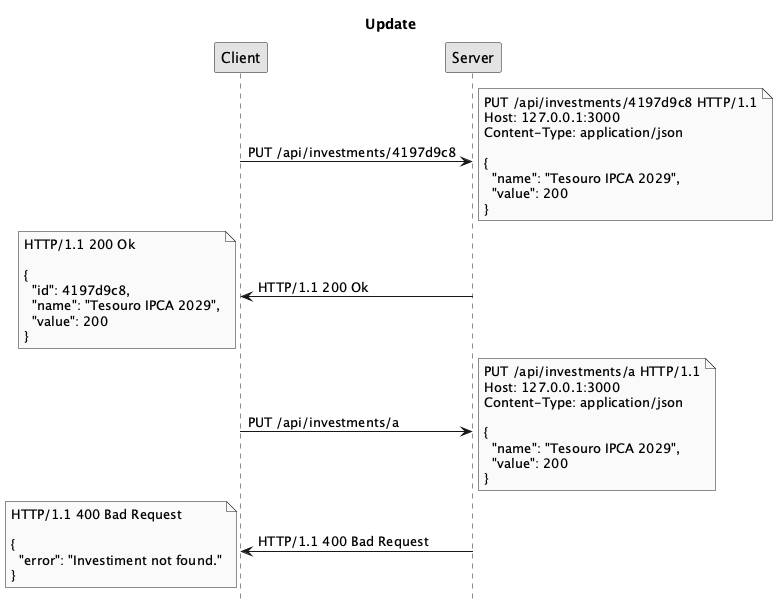
Before: public/imgs/expressjs/api/update-investment.png, a diagram exported from PlantUML (ifpb/lp2). Source of this version:
```plantuml
@startuml
title Update
hide footbox
skinparam monochrome true

Client -> Server: PUT /api/investments/4197d9c8
note right: PUT /api/investments/4197d9c8 HTTP/1.1\nHost: 127.0.0.1:3000\nContent-Type: application/json\n\n{\n  "name": "Tesouro IPCA 2029",\n  "value": 200\n}
Server -> Client: HTTP/1.1 200 Ok
note left: HTTP/1.1 200 Ok\n\n{\n  "id": 4197d9c8,\n  "name": "Tesouro IPCA 2029",\n  "value": 200\n}

Client -> Server: PUT /api/investments/a
note right: PUT /api/investments/a HTTP/1.1\nHost: 127.0.0.1:3000\nContent-Type: application/json\n\n{\n  "name": "Tesouro IPCA 2029",\n  "value": 200\n}
Server -> Client: HTTP/1.1 400 Bad Request
note left: HTTP/1.1 400 Bad Request\n\n{\n  "error": "Investiment not found."\n}
@enduml
```
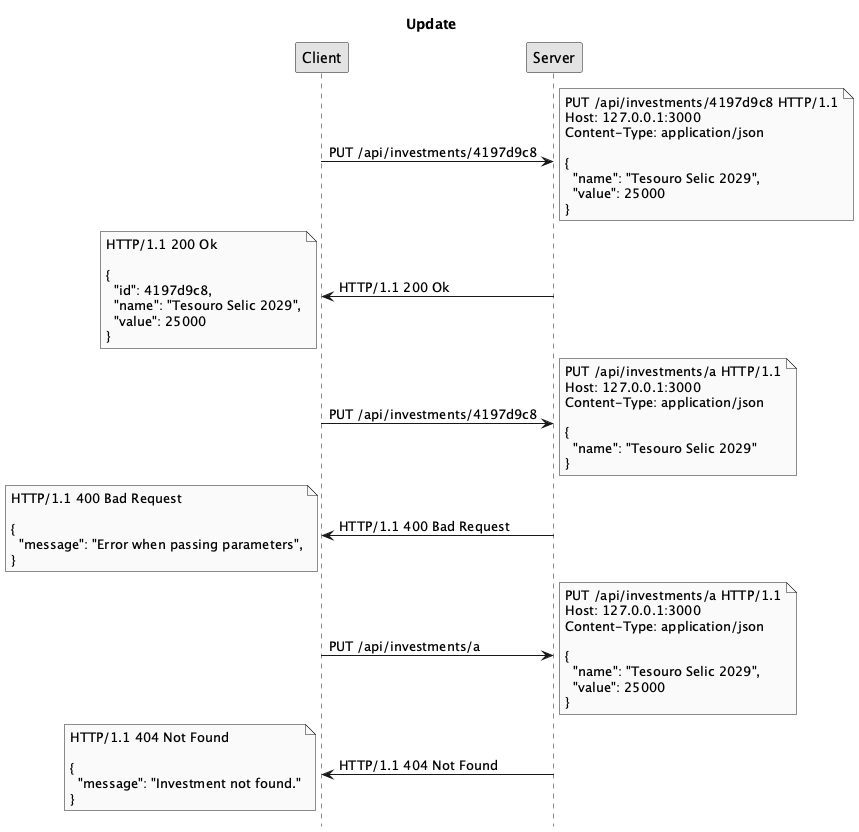
After the change.

Change to the diagram source:
```diff
@@ -4,12 +4,17 @@
 skinparam monochrome true
 
 Client -> Server: PUT /api/investments/4197d9c8
-note right: PUT /api/investments/4197d9c8 HTTP/1.1\nHost: 127.0.0.1:3000\nContent-Type: application/json\n\n{\n  "name": "Tesouro IPCA 2029",\n  "value": 200\n}
+note right: PUT /api/investments/4197d9c8 HTTP/1.1\nHost: 127.0.0.1:3000\nContent-Type: application/json\n\n{\n  "name": "Tesouro Selic 2029",\n  "value": 25000\n}
 Server -> Client: HTTP/1.1 200 Ok
-note left: HTTP/1.1 200 Ok\n\n{\n  "id": 4197d9c8,\n  "name": "Tesouro IPCA 2029",\n  "value": 200\n}
+note left: HTTP/1.1 200 Ok\n\n{\n  "id": 4197d9c8,\n  "name": "Tesouro Selic 2029",\n  "value": 25000\n}
+
+Client -> Server: PUT /api/investments/4197d9c8
+note right: PUT /api/investments/a HTTP/1.1\nHost: 127.0.0.1:3000\nContent-Type: application/json\n\n{\n  "name": "Tesouro Selic 2029"\n}
+Server -> Client: HTTP/1.1 400 Bad Request
+note left: HTTP/1.1 400 Bad Request\n\n{\n  "message": "Error when passing parameters",\n}
 
 Client -> Server: PUT /api/investments/a
-note right: PUT /api/investments/a HTTP/1.1\nHost: 127.0.0.1:3000\nContent-Type: application/json\n\n{\n  "name": "Tesouro IPCA 2029",\n  "value": 200\n}
-Server -> Client: HTTP/1.1 400 Bad Request
-note left: HTTP/1.1 400 Bad Request\n\n{\n  "error": "Investiment not found."\n}
+note right: PUT /api/investments/a HTTP/1.1\nHost: 127.0.0.1:3000\nContent-Type: application/json\n\n{\n  "name": "Tesouro Selic 2029",\n  "value": 25000\n}
+Server -> Client: HTTP/1.1 404 Not Found
+note left: HTTP/1.1 404 Not Found\n\n{\n  "message": "Investment not found."\n}
 @enduml
```
